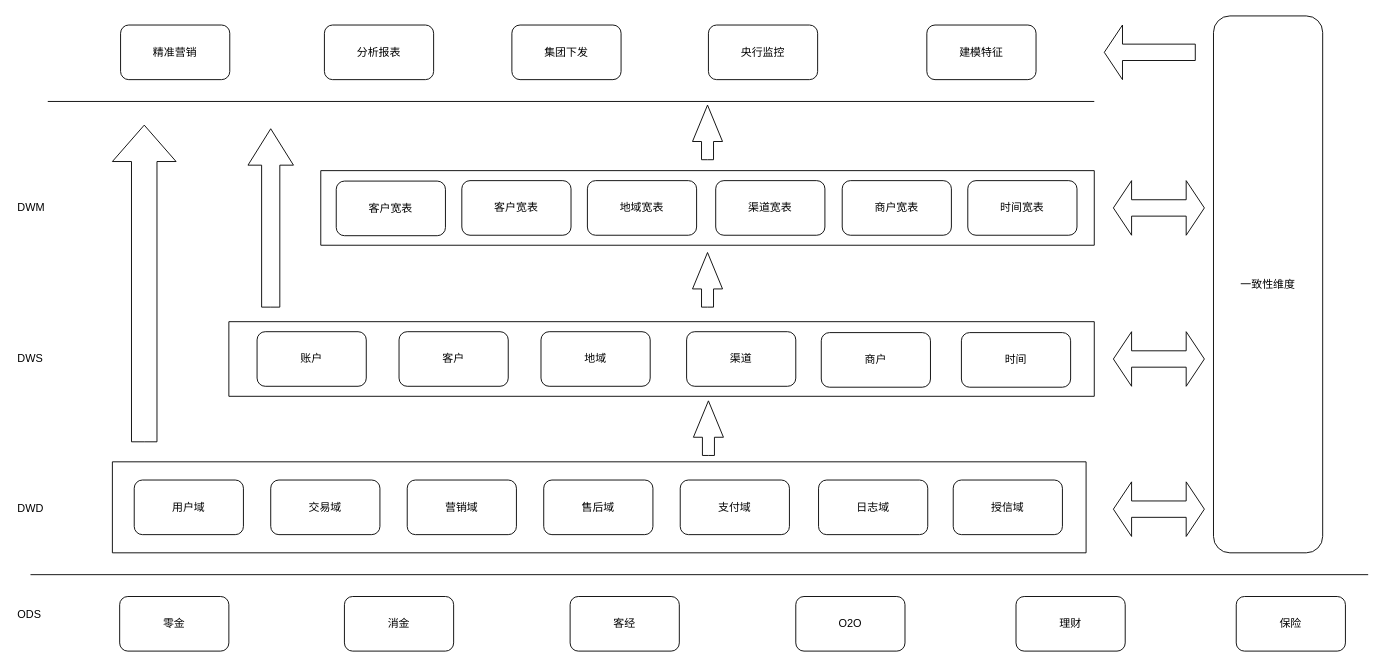
Before: 数仓架构.drawio in CarryNi/Orange, a draw.io diagram. Source tidied: cells renumbered, new cells numbered last; positions are measured from the earlier drawing's top-left corner, leaving out a move shared by most shapes. Both pictures are drawn from the tidied source at 91%, with x=0, y=0 at pixel (15, 15).
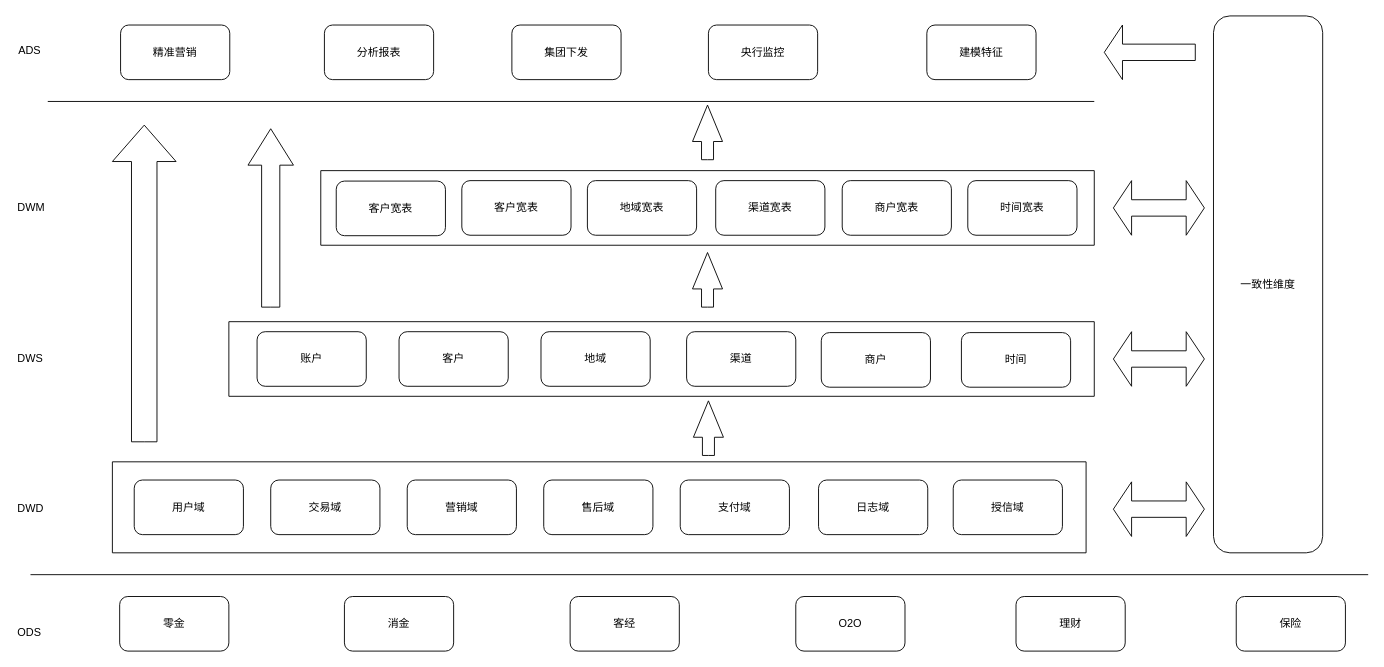
After the change.

Diff of the diagram source:
```diff
@@
     <mxCell id="29" value="ODS" style="text;html=1;align=left;verticalAlign=top;spacingTop=-4;" parent="1" vertex="1">
-      <mxGeometry y="648" width="40" height="20" as="geometry" />
+      <mxGeometry y="668" width="40" height="20" as="geometry" />
     </mxCell>
@@
+    <mxCell id="51" value="ADS" style="text;html=1;align=left;verticalAlign=top;spacingTop=-4;" parent="1" vertex="1">
+      <mxGeometry x="1" y="28" width="40" height="20" as="geometry" />
+    </mxCell>
```
